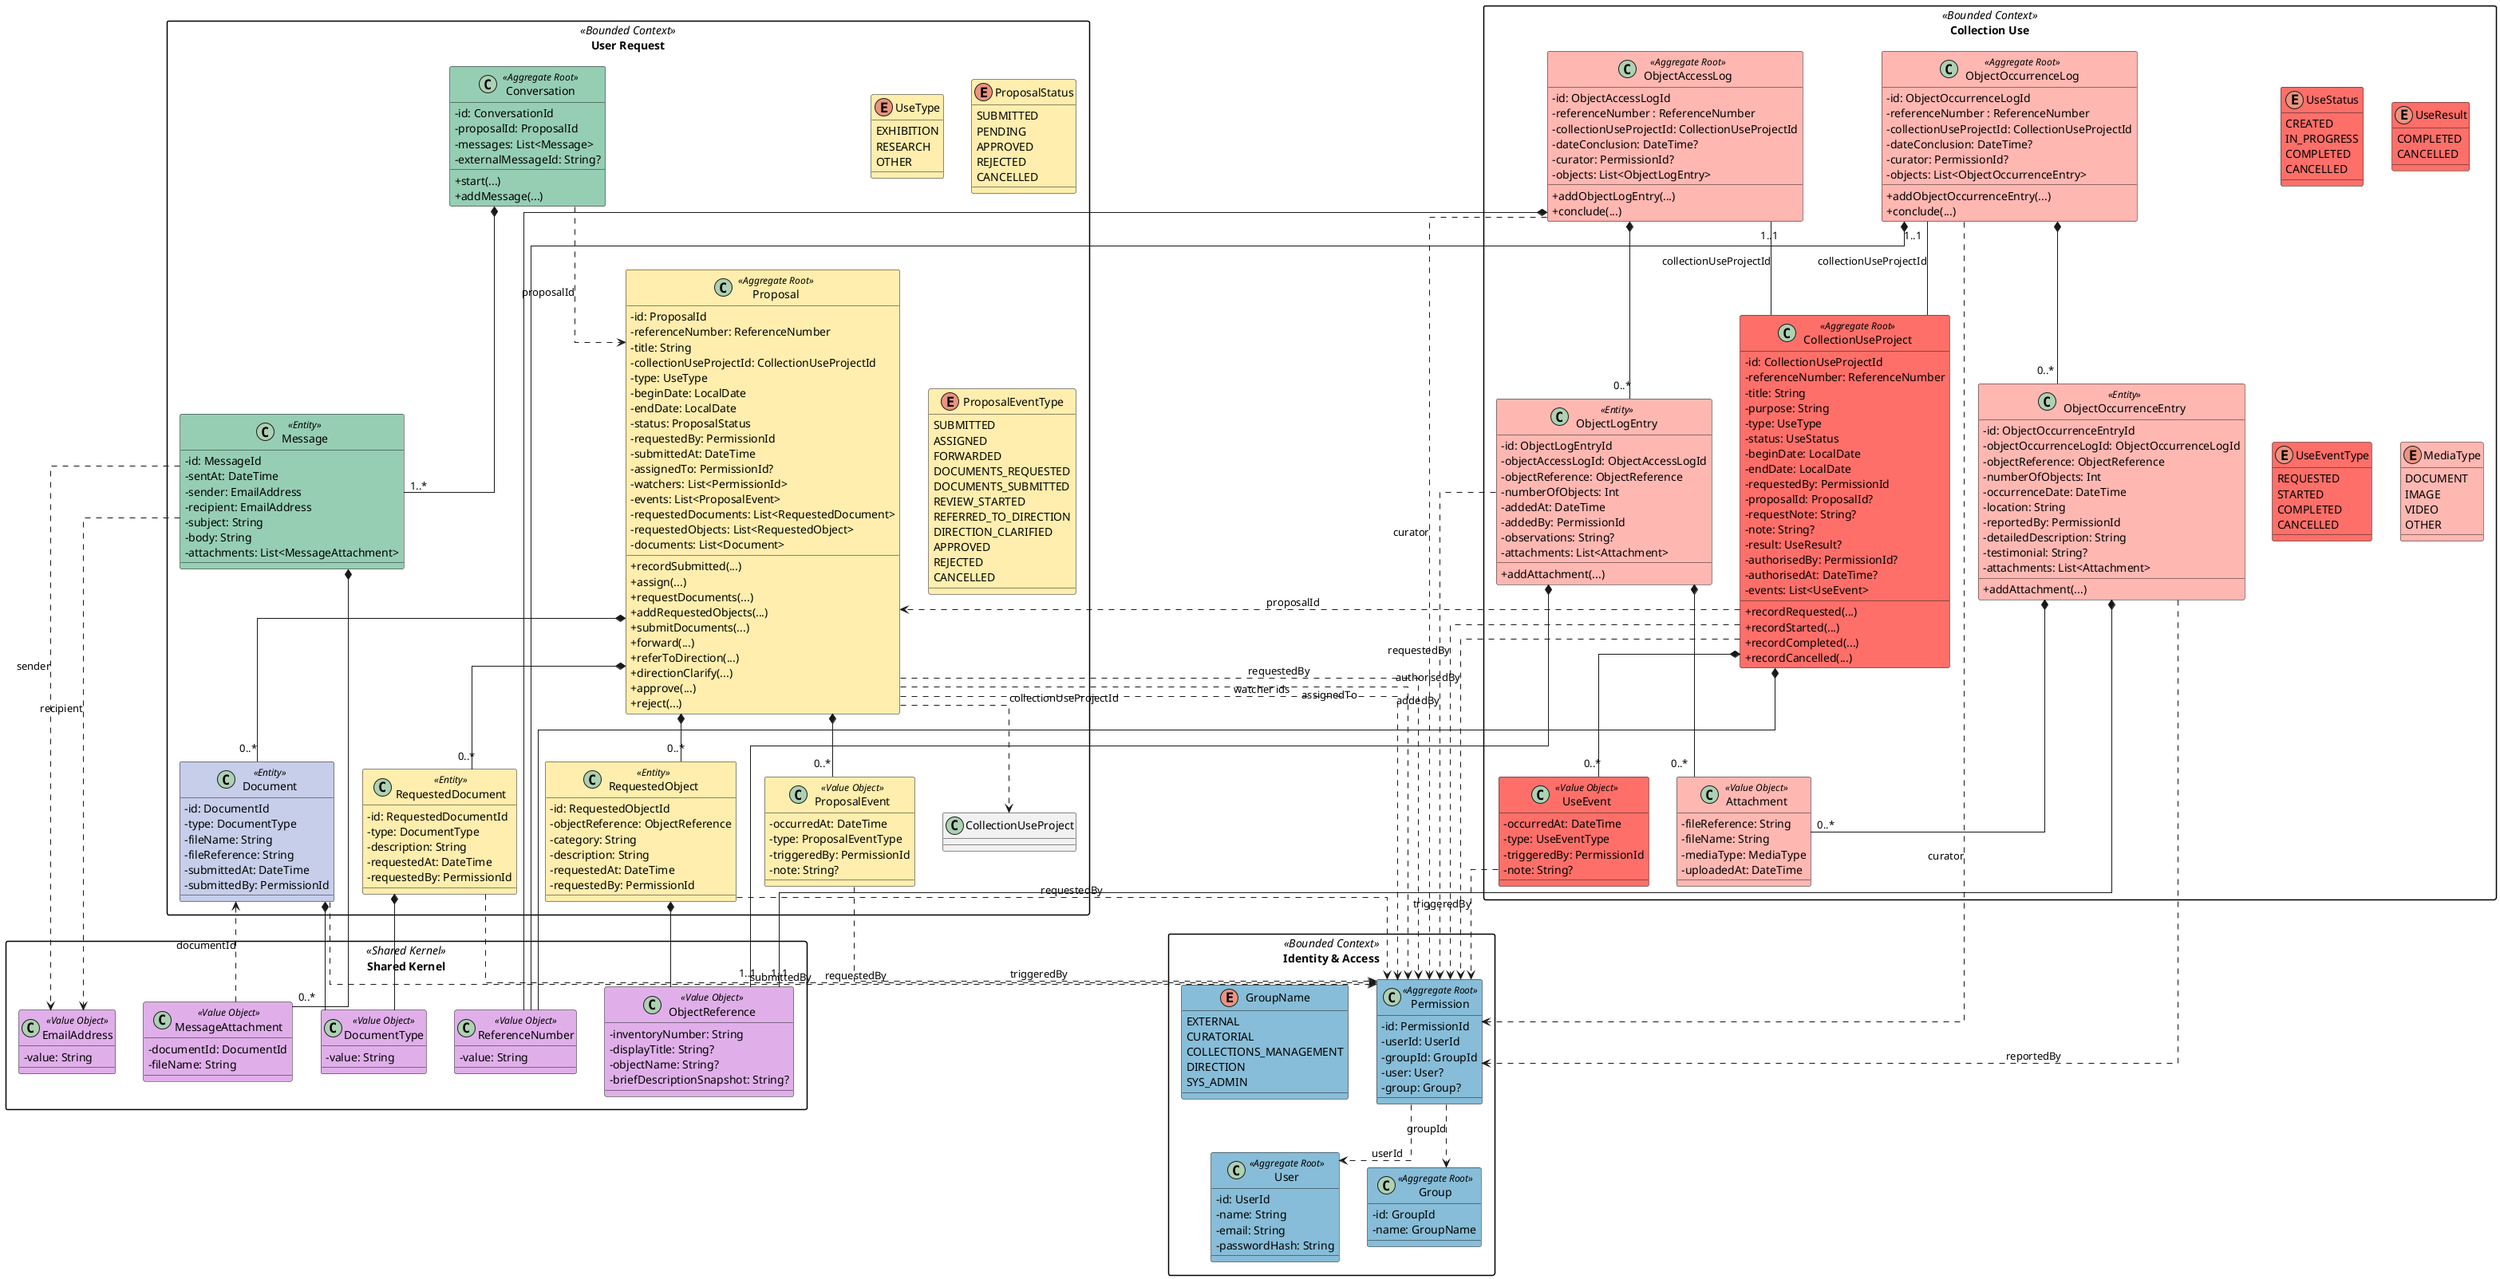
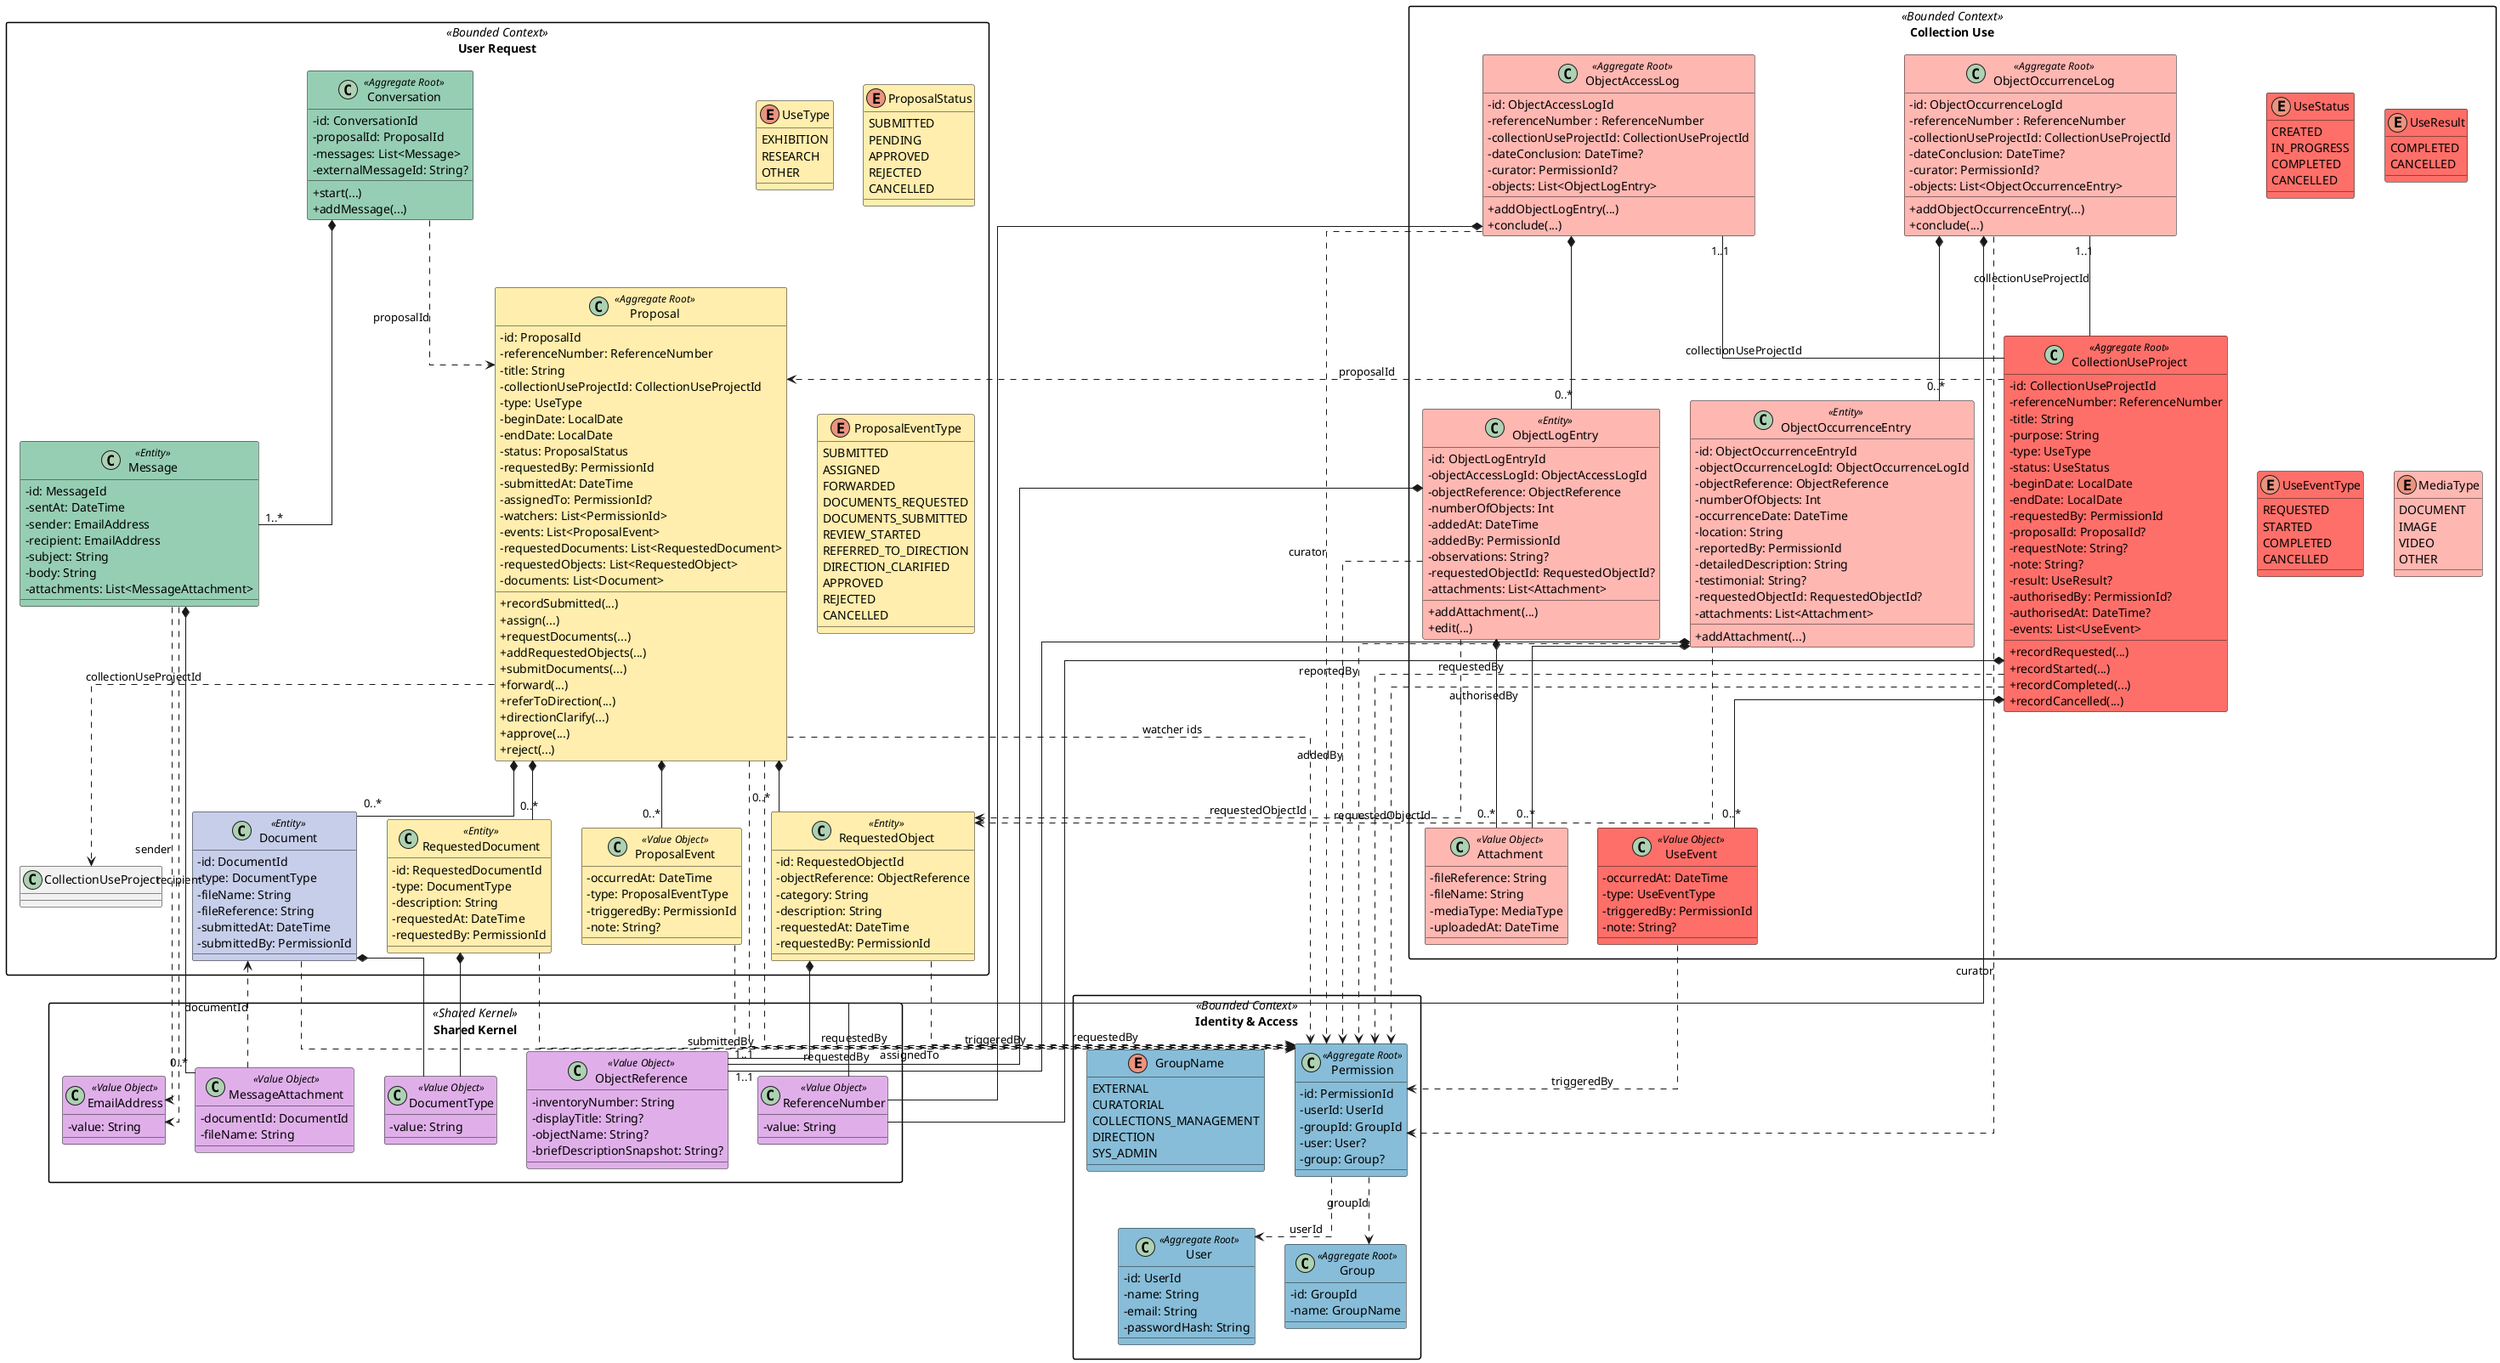
@startuml MUHNAC-CollectionUse-Implemented

skinparam linetype ortho
skinparam packageStyle rectangle
skinparam shadowing false
skinparam classAttributeIconSize 0

' ============================================================
' Implemented domain model
' Source: app/use_of_collections/domain/models.py and enums.py
' Note: this file keeps its historical name, but mirrors the implemented model.
' ============================================================

' ============================================================
' Shared Kernel
' ============================================================

package "Shared Kernel" <<Shared Kernel>> {

        class ReferenceNumber <<Value Object>> #e0afea {
        - value: String
        }

        class EmailAddress <<Value Object>> #e0afea {
        - value: String
        }

        class DocumentType <<Value Object>> #e0afea {
        - value: String
        }

        class ObjectReference <<Value Object>> #e0afea {
        - inventoryNumber: String
        - displayTitle: String?
        - objectName: String?
        - briefDescriptionSnapshot: String?
        }

        class MessageAttachment <<Value Object>> #e0afea {
        - documentId: DocumentId
        - fileName: String
        }
}


' ============================================================
' Identity & Access
' ============================================================

package "Identity & Access" <<Bounded Context>> {

        class User <<Aggregate Root>> #87bdd8 {
        - id: UserId
        - name: String
        - email: String
        - passwordHash: String
        }

        class Group <<Aggregate Root>> #87bdd8 {
        - id: GroupId
        - name: GroupName
        }

        class Permission <<Aggregate Root>> #87bdd8 {
        - id: PermissionId
        - userId: UserId
        - groupId: GroupId
        - user: User?
        - group: Group?
        }

        enum GroupName #87bdd8 {
        EXTERNAL
        CURATORIAL
        COLLECTIONS_MANAGEMENT
        DIRECTION
        SYS_ADMIN
        }

        Permission ..> User : userId
        Permission ..> Group : groupId
}


' ============================================================
' User Request
' ============================================================

package "User Request" <<Bounded Context>> {

        class Proposal <<Aggregate Root>> #ffeead {
        - id: ProposalId
        - referenceNumber: ReferenceNumber
        - title: String
        - collectionUseProjectId: CollectionUseProjectId
        - type: UseType
        - beginDate: LocalDate
        - endDate: LocalDate
        - status: ProposalStatus
        - requestedBy: PermissionId
        - submittedAt: DateTime
        - assignedTo: PermissionId?
        - watchers: List<PermissionId>
        - events: List<ProposalEvent>
        - requestedDocuments: List<RequestedDocument>
        - requestedObjects: List<RequestedObject>
        - documents: List<Document>
        + recordSubmitted(...)
        + assign(...)
        + requestDocuments(...)
        + addRequestedObjects(...)
        + submitDocuments(...)
        + forward(...)
        + referToDirection(...)
        + directionClarify(...)
        + approve(...)
        + reject(...)
        }

        enum UseType #ffeead {
        EXHIBITION
        RESEARCH
        OTHER
        }

        enum ProposalStatus #ffeead {
        SUBMITTED
        PENDING
        APPROVED
        REJECTED
        CANCELLED
        }

        class ProposalEvent <<Value Object>> #ffeead {
        - occurredAt: DateTime
        - type: ProposalEventType
        - triggeredBy: PermissionId
        - note: String?
        }

        enum ProposalEventType #ffeead {
        SUBMITTED
        ASSIGNED
        FORWARDED
        DOCUMENTS_REQUESTED
        DOCUMENTS_SUBMITTED
        REVIEW_STARTED
        REFERRED_TO_DIRECTION
        DIRECTION_CLARIFIED
        APPROVED
        REJECTED
        CANCELLED
        }

        class RequestedDocument <<Entity>> #ffeead {
        - id: RequestedDocumentId
        - type: DocumentType
        - description: String
        - requestedAt: DateTime
        - requestedBy: PermissionId
        }

        class RequestedObject <<Entity>> #ffeead {
        - id: RequestedObjectId
        - objectReference: ObjectReference
        - category: String
        - description: String
        - requestedAt: DateTime
        - requestedBy: PermissionId
        }

        class Document <<Entity>> #c7ceea {
        - id: DocumentId
        - type: DocumentType
        - fileName: String
        - fileReference: String
        - submittedAt: DateTime
        - submittedBy: PermissionId
        }

        class Conversation <<Aggregate Root>> #96ceb4 {
        - id: ConversationId
        - proposalId: ProposalId
        - messages: List<Message>
        - externalMessageId: String?
        + start(...)
        + addMessage(...)
        }

        class Message <<Entity>> #96ceb4 {
        - id: MessageId
        - sentAt: DateTime
        - sender: EmailAddress
        - recipient: EmailAddress
        - subject: String
        - body: String
        - attachments: List<MessageAttachment>
        }

        Proposal *-- "0..*" ProposalEvent
        Proposal *-- "0..*" RequestedDocument
        Proposal *-- "0..*" RequestedObject
        Proposal *-- "0..*" Document

        RequestedDocument *-- DocumentType
        RequestedObject *-- ObjectReference
        Document *-- DocumentType

        Proposal ..> Permission : requestedBy
        Proposal ..> Permission : assignedTo
        Proposal ..> Permission : watcher ids
        Proposal ..> CollectionUseProject : collectionUseProjectId
        ProposalEvent ..> Permission : triggeredBy
        RequestedDocument ..> Permission : requestedBy
        RequestedObject ..> Permission : requestedBy
        Document ..> Permission : submittedBy

        Conversation *-- "1..*" Message
        Conversation ..> Proposal : proposalId
        Message *-- "0..*" MessageAttachment
        Message ..> EmailAddress : sender
        Message ..> EmailAddress : recipient
        MessageAttachment ..> Document : documentId
}


' ============================================================
' Collection Use
' ============================================================

package "Collection Use" <<Bounded Context>> {

        class CollectionUseProject <<Aggregate Root>> #ff6f69 {
        - id: CollectionUseProjectId
        - referenceNumber: ReferenceNumber
        - title: String
        - purpose: String
        - type: UseType
        - status: UseStatus
        - beginDate: LocalDate
        - endDate: LocalDate
        - requestedBy: PermissionId
        - proposalId: ProposalId?
        - requestNote: String?
        - note: String?
        - result: UseResult?
        - authorisedBy: PermissionId?
        - authorisedAt: DateTime?
        - events: List<UseEvent>
        + recordRequested(...)
        + recordStarted(...)
        + recordCompleted(...)
        + recordCancelled(...)
        }

        enum UseStatus #ff6f69 {
        CREATED
        IN_PROGRESS
        COMPLETED
        CANCELLED
        }

        enum UseResult #ff6f69 {
        COMPLETED
        CANCELLED
        }

        class UseEvent <<Value Object>> #ff6f69 {
        - occurredAt: DateTime
        - type: UseEventType
        - triggeredBy: PermissionId
        - note: String?
        }

        enum UseEventType #ff6f69 {
        REQUESTED
        STARTED
        COMPLETED
        CANCELLED
        }

        class Attachment <<Value Object>> #ffb7b2 {
        - fileReference: String
        - fileName: String
        - mediaType: MediaType
        - uploadedAt: DateTime
        }

        enum MediaType #ffb7b2 {
        DOCUMENT
        IMAGE
        VIDEO
        OTHER
        }

        class ObjectAccessLog <<Aggregate Root>> #ffb7b2 {
        - id: ObjectAccessLogId
        - referenceNumber : ReferenceNumber
        - collectionUseProjectId: CollectionUseProjectId
        - dateConclusion: DateTime?
        - curator: PermissionId?
        - objects: List<ObjectLogEntry>
        + addObjectLogEntry(...)
        + conclude(...)
        }

        class ObjectLogEntry <<Entity>> #ffb7b2 {
        - id: ObjectLogEntryId
        - objectAccessLogId: ObjectAccessLogId
        - objectReference: ObjectReference
        - numberOfObjects: Int
        - addedAt: DateTime
        - addedBy: PermissionId
        - observations: String?
+         - requestedObjectId: RequestedObjectId?
        - attachments: List<Attachment>
        + addAttachment(...)
+         + edit(...)
        }


        class ObjectOccurrenceLog <<Aggregate Root>> #ffb7b2 {
        - id: ObjectOccurrenceLogId
        - referenceNumber : ReferenceNumber
        - collectionUseProjectId: CollectionUseProjectId
        - dateConclusion: DateTime?
        - curator: PermissionId?
        - objects: List<ObjectOccurrenceEntry>
        + addObjectOccurrenceEntry(...)
        + conclude(...)
        }


        class ObjectOccurrenceEntry <<Entity>> #ffb7b2 {
        - id: ObjectOccurrenceEntryId
        - objectOccurrenceLogId: ObjectOccurrenceLogId
        - objectReference: ObjectReference
        - numberOfObjects: Int
        - occurrenceDate: DateTime
        - location: String
        - reportedBy: PermissionId
        - detailedDescription: String
        - testimonial: String?
+         - requestedObjectId: RequestedObjectId?
        - attachments: List<Attachment>
        + addAttachment(...)
        }



        CollectionUseProject *-- ReferenceNumber
        CollectionUseProject *-- "0..*" UseEvent
        CollectionUseProject ..> Proposal : proposalId
        CollectionUseProject ..> Permission : requestedBy
        CollectionUseProject ..> Permission : authorisedBy
        UseEvent ..> Permission : triggeredBy


        ObjectAccessLog "1..1" -- CollectionUseProject : collectionUseProjectId
        ObjectAccessLog *-- "0..*" ObjectLogEntry
        ObjectAccessLog *-- ReferenceNumber
        ObjectAccessLog ..> Permission : curator

        ObjectLogEntry *-- "0..*" Attachment
        ObjectLogEntry *-- "1..1" ObjectReference
        ObjectLogEntry ..> Permission : addedBy
+         ObjectLogEntry ..> RequestedObject : requestedObjectId

        ObjectOccurrenceLog "1..1" -- CollectionUseProject : collectionUseProjectId
        ObjectOccurrenceLog *-- "0..*" ObjectOccurrenceEntry
        ObjectOccurrenceLog *-- ReferenceNumber
        ObjectOccurrenceLog ..> Permission : curator

        ObjectOccurrenceEntry *-- "0..*" Attachment
        ObjectOccurrenceEntry *-- "1..1" ObjectReference
        ObjectOccurrenceEntry ..> Permission : reportedBy
+         ObjectOccurrenceEntry ..> RequestedObject : requestedObjectId
}

@enduml
